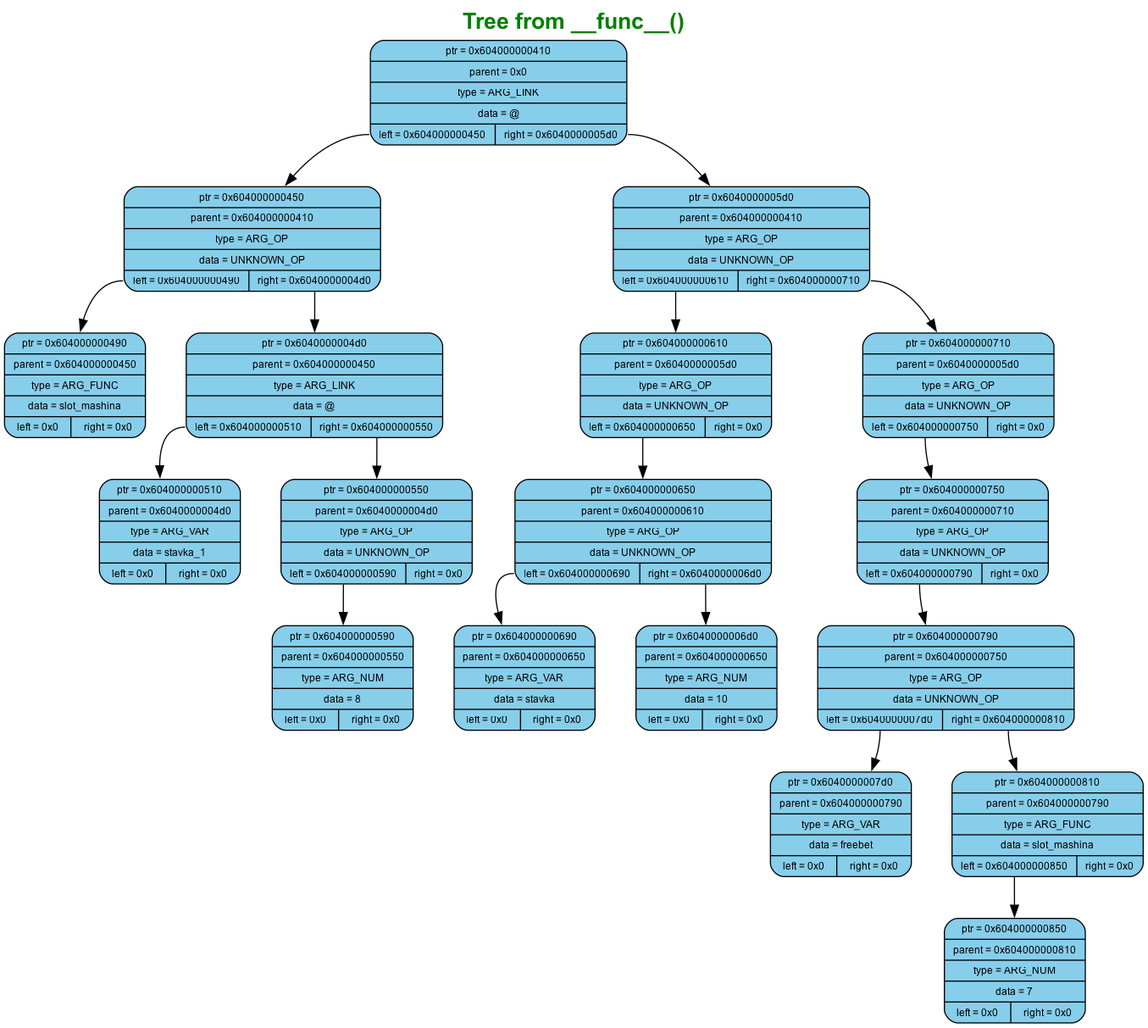
murugov/Language keeps this Graphviz diagram as reports/trees/tree0/tree.dot.png. Above is the earlier version. Its source is kept beside it as reports/trees/tree0/tree.dot.
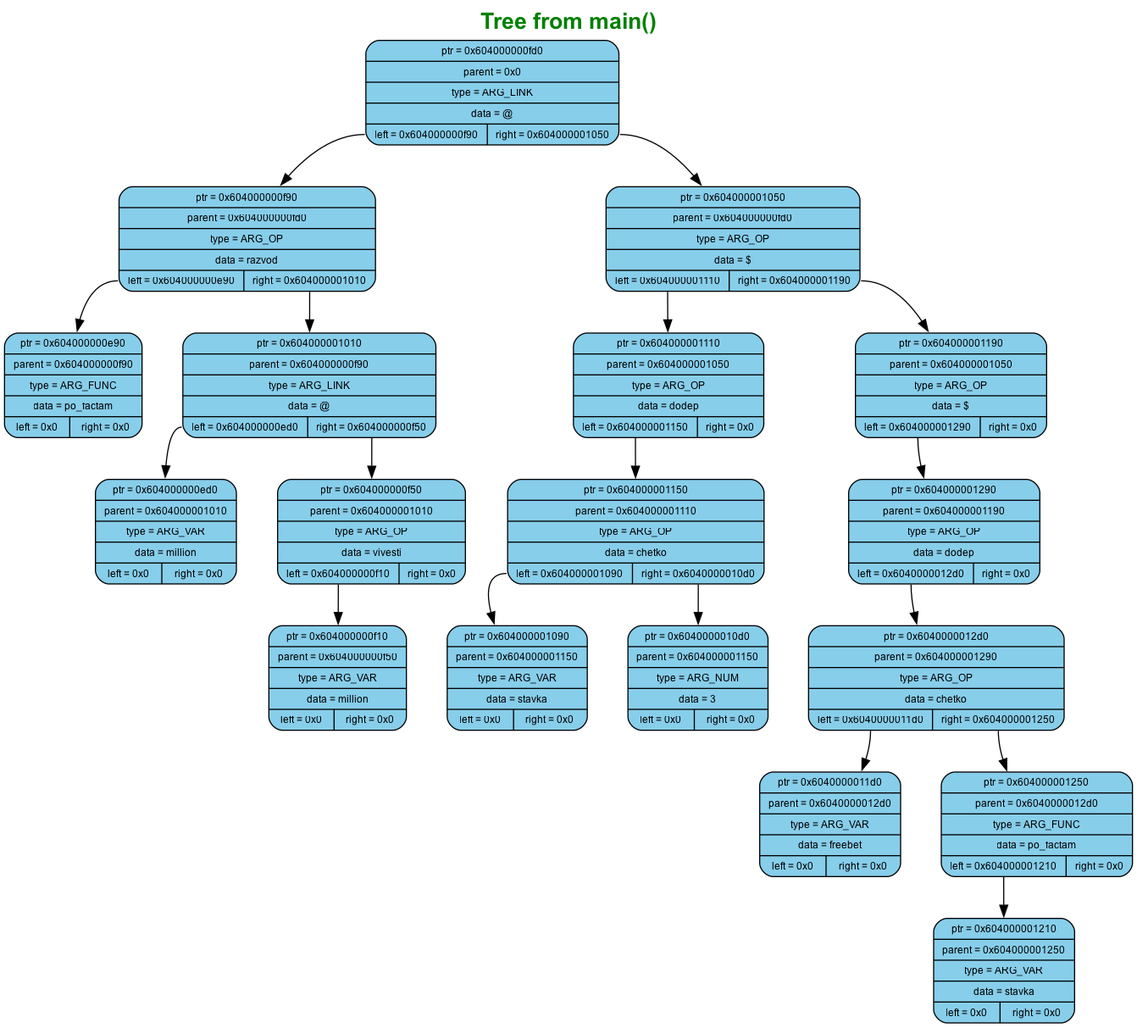
The same file after the commit.

What changed in the source:
```diff
@@ -1,5 +1,5 @@
 digraph G {
-	label=<<B>Tree from __func__()</B>>;
+	label=<<B>Tree from main()</B>>;
 	fontcolor="#008000";
 	fontname="Arial";
 	labelloc="top";
@@ -11,39 +11,39 @@
 	ranksep=0.5;
 	node[fontsize=9, shape=box, width=0.7, height=0.4, style="filled, rounded", fontname="Arial"];
 
-	n0 [shape=record, label="{ptr = 0x604000000410 | parent = 0x0 | type = ARG_LINK | data = @ | {<left> left = 0x604000000450 | <right> right = 0x6040000005d0}}", fillcolor="#87CEEB", color="black"]
-	n1 [shape=record, label="{ptr = 0x604000000450 | parent = 0x604000000410 | type = ARG_OP | data = UNKNOWN_OP | {<left> left = 0x604000000490 | <right> right = 0x6040000004d0}}", fillcolor="#87CEEB", color="black"]
+	n0 [shape=record, label="{ptr = 0x604000000fd0 | parent = 0x0 | type = ARG_LINK | data = @ | {<left> left = 0x604000000f90 | <right> right = 0x604000001050}}", fillcolor="#87CEEB", color="black"]
+	n1 [shape=record, label="{ptr = 0x604000000f90 | parent = 0x604000000fd0 | type = ARG_OP | data = razvod | {<left> left = 0x604000000e90 | <right> right = 0x604000001010}}", fillcolor="#87CEEB", color="black"]
 	n0:left -> n1
-	n2 [shape=record, label="{ptr = 0x6040000005d0 | parent = 0x604000000410 | type = ARG_OP | data = UNKNOWN_OP | {<left> left = 0x604000000610 | <right> right = 0x604000000710}}", fillcolor="#87CEEB", color="black"]
+	n2 [shape=record, label="{ptr = 0x604000001050 | parent = 0x604000000fd0 | type = ARG_OP | data = $ | {<left> left = 0x604000001110 | <right> right = 0x604000001190}}", fillcolor="#87CEEB", color="black"]
 	n0:right -> n2
-	n3 [shape=record, label="{ptr = 0x604000000610 | parent = 0x6040000005d0 | type = ARG_OP | data = UNKNOWN_OP | {<left> left = 0x604000000650 | <right> right = 0x0}}", fillcolor="#87CEEB", color="black"]
+	n3 [shape=record, label="{ptr = 0x604000001110 | parent = 0x604000001050 | type = ARG_OP | data = dodep | {<left> left = 0x604000001150 | <right> right = 0x0}}", fillcolor="#87CEEB", color="black"]
 	n2:left -> n3
-	n4 [shape=record, label="{ptr = 0x604000000710 | parent = 0x6040000005d0 | type = ARG_OP | data = UNKNOWN_OP | {<left> left = 0x604000000750 | <right> right = 0x0}}", fillcolor="#87CEEB", color="black"]
+	n4 [shape=record, label="{ptr = 0x604000001190 | parent = 0x604000001050 | type = ARG_OP | data = $ | {<left> left = 0x604000001290 | <right> right = 0x0}}", fillcolor="#87CEEB", color="black"]
 	n2:right -> n4
-	n5 [shape=record, label="{ptr = 0x604000000750 | parent = 0x604000000710 | type = ARG_OP | data = UNKNOWN_OP | {<left> left = 0x604000000790 | <right> right = 0x0}}", fillcolor="#87CEEB", color="black"]
+	n5 [shape=record, label="{ptr = 0x604000001290 | parent = 0x604000001190 | type = ARG_OP | data = dodep | {<left> left = 0x6040000012d0 | <right> right = 0x0}}", fillcolor="#87CEEB", color="black"]
 	n4:left -> n5
-	n6 [shape=record, label="{ptr = 0x604000000790 | parent = 0x604000000750 | type = ARG_OP | data = UNKNOWN_OP | {<left> left = 0x6040000007d0 | <right> right = 0x604000000810}}", fillcolor="#87CEEB", color="black"]
+	n6 [shape=record, label="{ptr = 0x6040000012d0 | parent = 0x604000001290 | type = ARG_OP | data = chetko | {<left> left = 0x6040000011d0 | <right> right = 0x604000001250}}", fillcolor="#87CEEB", color="black"]
 	n5:left -> n6
-	n7 [shape=record, label="{ptr = 0x6040000007d0 | parent = 0x604000000790 | type = ARG_VAR | data = freebet | {<left> left = 0x0 | <right> right = 0x0}}", fillcolor="#87CEEB", color="black"]
+	n7 [shape=record, label="{ptr = 0x6040000011d0 | parent = 0x6040000012d0 | type = ARG_VAR | data = freebet | {<left> left = 0x0 | <right> right = 0x0}}", fillcolor="#87CEEB", color="black"]
 	n6:left -> n7
-	n8 [shape=record, label="{ptr = 0x604000000810 | parent = 0x604000000790 | type = ARG_FUNC | data = slot_mashina | {<left> left = 0x604000000850 | <right> right = 0x0}}", fillcolor="#87CEEB", color="black"]
+	n8 [shape=record, label="{ptr = 0x604000001250 | parent = 0x6040000012d0 | type = ARG_FUNC | data = po_factam | {<left> left = 0x604000001210 | <right> right = 0x0}}", fillcolor="#87CEEB", color="black"]
 	n6:right -> n8
-	n9 [shape=record, label="{ptr = 0x604000000850 | parent = 0x604000000810 | type = ARG_NUM | data = 7 | {<left> left = 0x0 | <right> right = 0x0}}", fillcolor="#87CEEB", color="black"]
+	n9 [shape=record, label="{ptr = 0x604000001210 | parent = 0x604000001250 | type = ARG_VAR | data = stavka | {<left> left = 0x0 | <right> right = 0x0}}", fillcolor="#87CEEB", color="black"]
 	n8:left -> n9
-	n10 [shape=record, label="{ptr = 0x604000000650 | parent = 0x604000000610 | type = ARG_OP | data = UNKNOWN_OP | {<left> left = 0x604000000690 | <right> right = 0x6040000006d0}}", fillcolor="#87CEEB", color="black"]
+	n10 [shape=record, label="{ptr = 0x604000001150 | parent = 0x604000001110 | type = ARG_OP | data = chetko | {<left> left = 0x604000001090 | <right> right = 0x6040000010d0}}", fillcolor="#87CEEB", color="black"]
 	n3:left -> n10
-	n11 [shape=record, label="{ptr = 0x604000000690 | parent = 0x604000000650 | type = ARG_VAR | data = stavka | {<left> left = 0x0 | <right> right = 0x0}}", fillcolor="#87CEEB", color="black"]
+	n11 [shape=record, label="{ptr = 0x604000001090 | parent = 0x604000001150 | type = ARG_VAR | data = stavka | {<left> left = 0x0 | <right> right = 0x0}}", fillcolor="#87CEEB", color="black"]
 	n10:left -> n11
-	n12 [shape=record, label="{ptr = 0x6040000006d0 | parent = 0x604000000650 | type = ARG_NUM | data = 10 | {<left> left = 0x0 | <right> right = 0x0}}", fillcolor="#87CEEB", color="black"]
+	n12 [shape=record, label="{ptr = 0x6040000010d0 | parent = 0x604000001150 | type = ARG_NUM | data = 3 | {<left> left = 0x0 | <right> right = 0x0}}", fillcolor="#87CEEB", color="black"]
 	n10:right -> n12
-	n13 [shape=record, label="{ptr = 0x604000000490 | parent = 0x604000000450 | type = ARG_FUNC | data = slot_mashina | {<left> left = 0x0 | <right> right = 0x0}}", fillcolor="#87CEEB", color="black"]
+	n13 [shape=record, label="{ptr = 0x604000000e90 | parent = 0x604000000f90 | type = ARG_FUNC | data = po_factam | {<left> left = 0x0 | <right> right = 0x0}}", fillcolor="#87CEEB", color="black"]
 	n1:left -> n13
-	n14 [shape=record, label="{ptr = 0x6040000004d0 | parent = 0x604000000450 | type = ARG_LINK | data = @ | {<left> left = 0x604000000510 | <right> right = 0x604000000550}}", fillcolor="#87CEEB", color="black"]
+	n14 [shape=record, label="{ptr = 0x604000001010 | parent = 0x604000000f90 | type = ARG_LINK | data = @ | {<left> left = 0x604000000ed0 | <right> right = 0x604000000f50}}", fillcolor="#87CEEB", color="black"]
 	n1:right -> n14
-	n15 [shape=record, label="{ptr = 0x604000000510 | parent = 0x6040000004d0 | type = ARG_VAR | data = stavka_1 | {<left> left = 0x0 | <right> right = 0x0}}", fillcolor="#87CEEB", color="black"]
+	n15 [shape=record, label="{ptr = 0x604000000ed0 | parent = 0x604000001010 | type = ARG_VAR | data = million | {<left> left = 0x0 | <right> right = 0x0}}", fillcolor="#87CEEB", color="black"]
 	n14:left -> n15
-	n16 [shape=record, label="{ptr = 0x604000000550 | parent = 0x6040000004d0 | type = ARG_OP | data = UNKNOWN_OP | {<left> left = 0x604000000590 | <right> right = 0x0}}", fillcolor="#87CEEB", color="black"]
+	n16 [shape=record, label="{ptr = 0x604000000f50 | parent = 0x604000001010 | type = ARG_OP | data = vivesti | {<left> left = 0x604000000f10 | <right> right = 0x0}}", fillcolor="#87CEEB", color="black"]
 	n14:right -> n16
-	n17 [shape=record, label="{ptr = 0x604000000590 | parent = 0x604000000550 | type = ARG_NUM | data = 8 | {<left> left = 0x0 | <right> right = 0x0}}", fillcolor="#87CEEB", color="black"]
+	n17 [shape=record, label="{ptr = 0x604000000f10 | parent = 0x604000000f50 | type = ARG_VAR | data = million | {<left> left = 0x0 | <right> right = 0x0}}", fillcolor="#87CEEB", color="black"]
 	n16:left -> n17
 }
```
